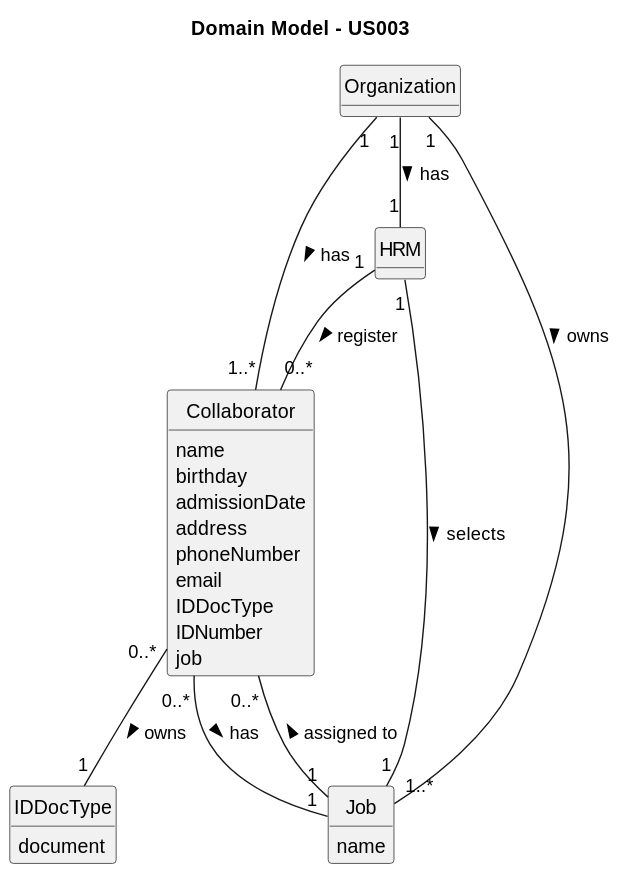
Before: docs/sprintA/us003/02.analysis/svg/us003-domain-model.svg, a diagram exported from PlantUML (daniel41silva05/ISEP_2023_2024_LAPR2).
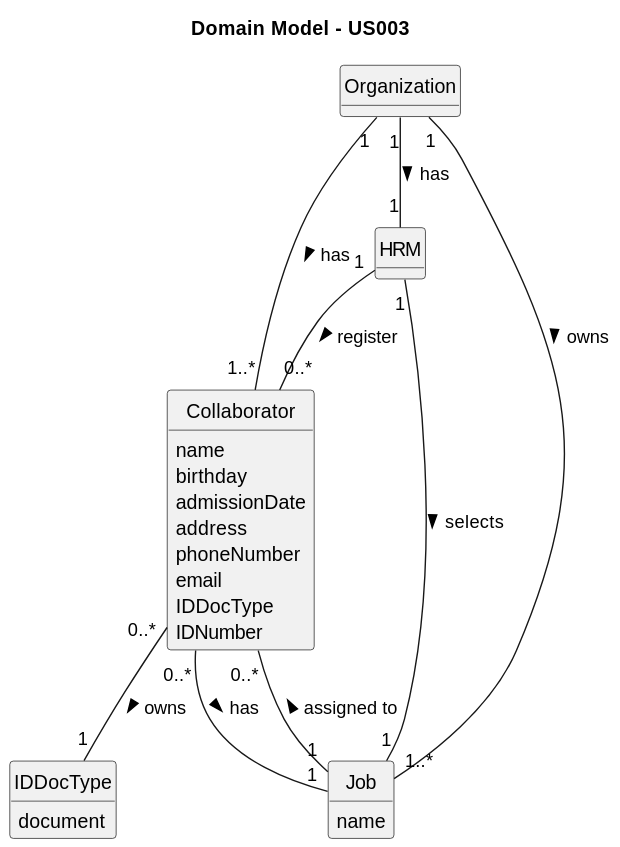
The same file after the commit.

Commit message:
Update Domain Model

What changed in the source:
```diff
@@ -22,7 +22,6 @@
     email
     IDDocType
     IDNumber
-    job
 }
 
 class HRM {
```
